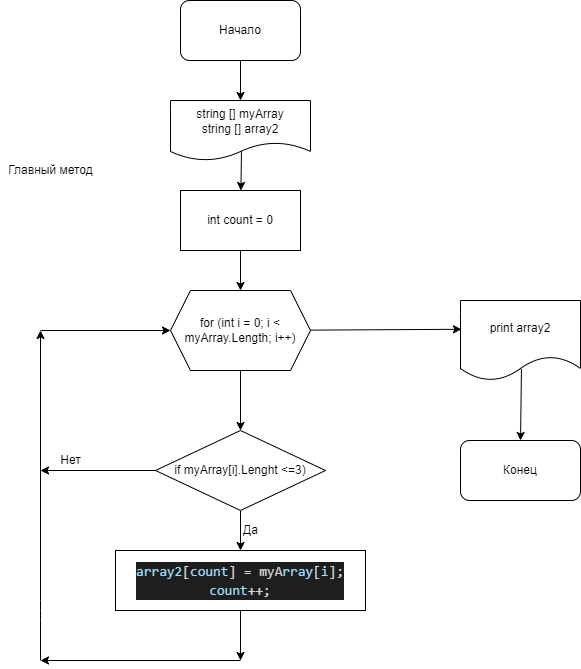
JuliaBabina/Final-work-block1 keeps this draw.io diagram as Algo.drawio.png. Above is the earlier version. Source tidied: cells renumbered, new cells last; positions are measured from the earlier drawing's top-left corner, leaving out a move shared by most shapes.
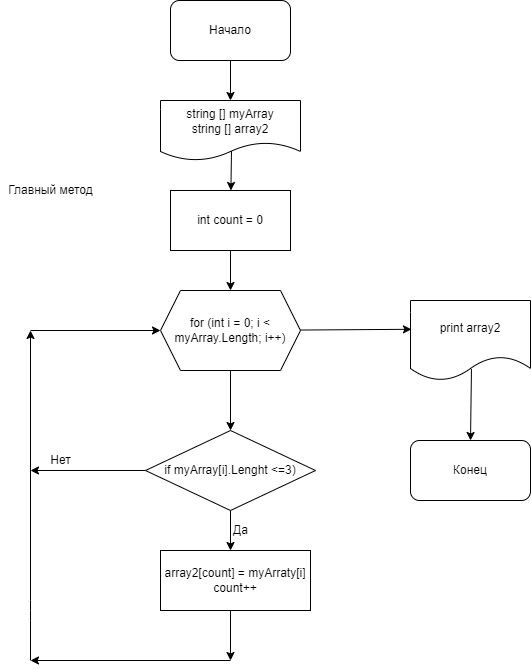
After the change.

The edit, as a diff of the source:
```diff
@@ -14,22 +14,18 @@
         <mxPoint x="240" y="430" as="targetPoint" />
       </mxGeometry>
     </mxCell>
-    <mxCell id="5" style="edgeStyle=none;html=1;" parent="1" edge="1" target="8">
+    <mxCell id="5" style="edgeStyle=none;html=1;" parent="1" edge="1">
       <mxGeometry relative="1" as="geometry">
         <mxPoint x="240" y="510" as="sourcePoint" />
+        <mxPoint x="240" y="550" as="targetPoint" />
       </mxGeometry>
     </mxCell>
-    <mxCell id="6" style="edgeStyle=none;html=1;" parent="1" edge="1" target="8">
-      <mxGeometry relative="1" as="geometry" />
-    </mxCell>
-    <mxCell id="7" style="edgeStyle=none;html=1;" parent="1" edge="1" source="8">
+    <mxCell id="7" style="edgeStyle=none;html=1;" parent="1" edge="1">
       <mxGeometry relative="1" as="geometry">
+        <mxPoint x="240" y="610" as="sourcePoint" />
         <mxPoint x="240" y="660" as="targetPoint" />
       </mxGeometry>
     </mxCell>
-    <mxCell id="8" value="&lt;div style=&quot;color: rgb(212 , 212 , 212) ; background-color: rgb(30 , 30 , 30) ; font-family: &amp;#34;consolas&amp;#34; , &amp;#34;courier new&amp;#34; , monospace ; font-size: 14px ; line-height: 19px&quot;&gt;&lt;div&gt;&lt;span style=&quot;color: #9cdcfe&quot;&gt;array2&lt;/span&gt;[&lt;span style=&quot;color: #9cdcfe&quot;&gt;count&lt;/span&gt;] = myA&lt;span style=&quot;color: #9cdcfe&quot;&gt;rray&lt;/span&gt;[&lt;span style=&quot;color: #9cdcfe&quot;&gt;i&lt;/span&gt;];&lt;/div&gt;&lt;div&gt;&lt;span style=&quot;color: rgb(156 , 220 , 254)&quot;&gt;count&lt;/span&gt;++;&lt;/div&gt;&lt;/div&gt;" style="rounded=0;whiteSpace=wrap;html=1;" parent="1" vertex="1">
-      <mxGeometry x="115" y="550" width="250" height="60" as="geometry" />
-    </mxCell>
     <mxCell id="9" value="Да&lt;br&gt;" style="text;html=1;align=center;verticalAlign=middle;strokeColor=none;fillColor=none;" parent="1" vertex="1">
       <mxGeometry x="235" y="520" width="30" height="20" as="geometry" />
     </mxCell>
@@ -60,10 +56,10 @@
       <mxGeometry relative="1" as="geometry" />
     </mxCell>
     <mxCell id="15" value="print array2" style="shape=document;whiteSpace=wrap;html=1;boundedLbl=1;" parent="1" vertex="1">
-      <mxGeometry x="460" y="300" width="120" height="80" as="geometry" />
+      <mxGeometry x="420" y="300" width="120" height="80" as="geometry" />
     </mxCell>
     <mxCell id="16" value="Конец" style="rounded=1;whiteSpace=wrap;html=1;" parent="1" vertex="1">
-      <mxGeometry x="460" y="440" width="120" height="60" as="geometry" />
+      <mxGeometry x="420" y="440" width="120" height="60" as="geometry" />
     </mxCell>
     <mxCell id="17" style="edgeStyle=none;html=1;exitX=0.507;exitY=0.833;exitDx=0;exitDy=0;exitPerimeter=0;" parent="1" edge="1" source="18" target="21">
       <mxGeometry relative="1" as="geometry" />
@@ -72,7 +68,7 @@
       <mxGeometry x="170" y="100" width="140" height="60" as="geometry" />
     </mxCell>
     <mxCell id="19" value="Главный метод" style="text;html=1;align=center;verticalAlign=middle;strokeColor=none;fillColor=none;" parent="1" vertex="1">
-      <mxGeometry y="160" width="100" height="20" as="geometry" />
+      <mxGeometry x="10" y="180" width="100" height="20" as="geometry" />
     </mxCell>
     <mxCell id="20" style="edgeStyle=none;html=1;" parent="1" edge="1" source="21">
       <mxGeometry relative="1" as="geometry">
@@ -96,5 +92,8 @@
     <mxCell id="25" value="if myArray[i].Lenght &amp;lt;=3)" style="rhombus;whiteSpace=wrap;html=1;" parent="1" vertex="1">
       <mxGeometry x="155" y="430" width="170" height="80" as="geometry" />
     </mxCell>
+    <mxCell id="26" value="array2[count] = myArraty[i]&lt;br&gt;count++" style="rounded=0;whiteSpace=wrap;html=1;" parent="1" vertex="1">
+      <mxGeometry x="170" y="550" width="150" height="60" as="geometry" />
+    </mxCell>
   </root>
 </mxGraphModel>
```
